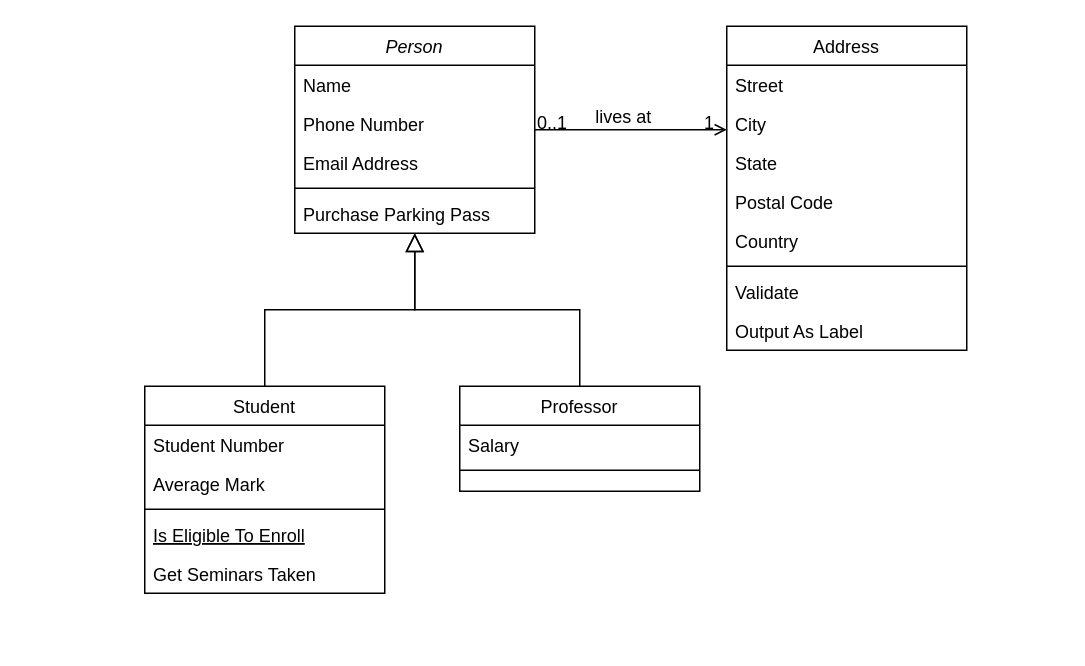
The draw.io diagram Diagrama sem nome.drawio in yagojprado/calculadora-C-, before the edit. Source tidied: cells renumbered, new cells numbered last; positions are measured from the earlier drawing's top-left corner, leaving out a move shared by most shapes. Both pictures are drawn from the tidied source at 150%, with x=0, y=0 at pixel (144, 26).
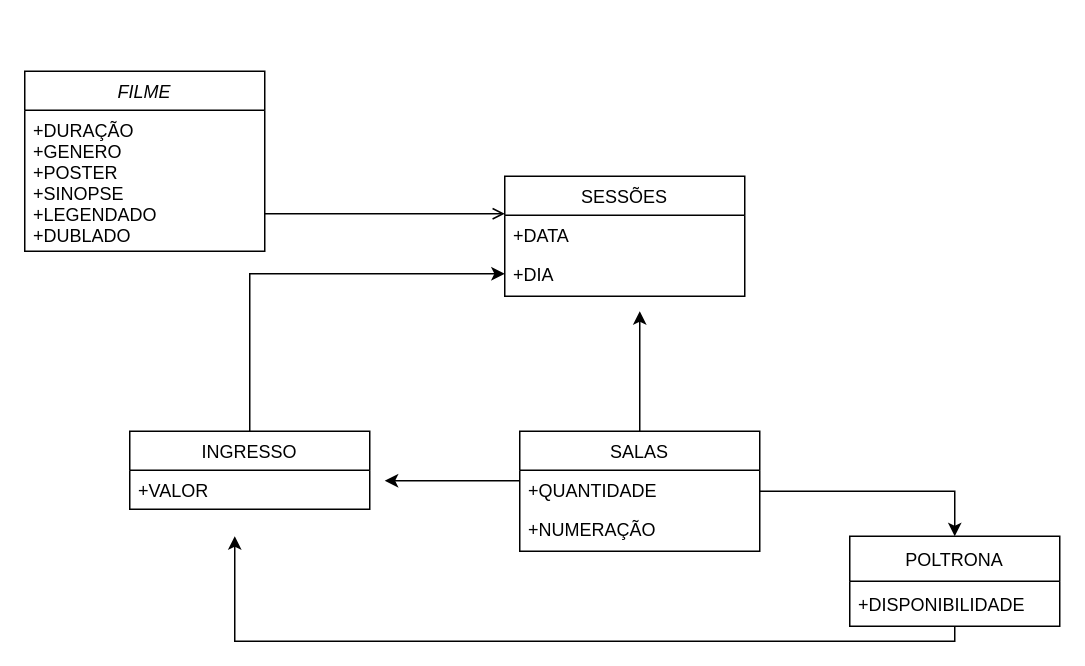
Above is the later version.

The change refers to these unchanged cells:
```xml
<mxCell id="28" style="endArrow=open;shadow=0;strokeWidth=1;rounded=0;endFill=1;edgeStyle=elbowEdgeStyle;elbow=vertical;" parent="1" edge="1" source="2" target="19">
  <mxGeometry x="0.5" y="41" relative="1" as="geometry">
    <mxPoint x="-40" y="32" as="offset" />
  </mxGeometry>
</mxCell>
```

What changed in the source:
```diff
@@
-    <mxCell id="2" value="Person" style="swimlane;fontStyle=2;align=center;verticalAlign=top;horizontal=1;startSize=26;rounded=0;shadow=0;strokeWidth=1;" parent="1" vertex="1">
-      <mxGeometry x="100" width="160" height="138" as="geometry" />
+    <mxCell id="2" value="FILME" style="swimlane;fontStyle=2;align=center;verticalAlign=top;horizontal=1;startSize=26;rounded=0;shadow=0;strokeWidth=1;" parent="1" vertex="1">
+      <mxGeometry x="-80" y="30" width="160" height="120" as="geometry" />
     </mxCell>
-    <mxCell id="3" value="Name" style="text;align=left;verticalAlign=top;spacingLeft=4;spacingRight=4;overflow=hidden;" parent="2" vertex="1">
-      <mxGeometry y="26" width="160" height="26" as="geometry" />
-    </mxCell>
-    <mxCell id="4" value="Phone Number" style="text;align=left;verticalAlign=top;spacingLeft=4;spacingRight=4;overflow=hidden;rounded=0;shadow=0;html=0;" parent="2" vertex="1">
-      <mxGeometry y="52" width="160" height="26" as="geometry" />
-    </mxCell>
-    <mxCell id="5" value="Email Address" style="text;align=left;verticalAlign=top;spacingLeft=4;spacingRight=4;overflow=hidden;rounded=0;shadow=0;html=0;" parent="2" vertex="1">
-      <mxGeometry y="78" width="160" height="26" as="geometry" />
+    <mxCell id="5" value="+DURAÇÃO    &#10;+GENERO&#10;+POSTER&#10;+SINOPSE&#10;+LEGENDADO&#10;+DUBLADO" style="text;align=left;verticalAlign=top;spacingLeft=4;spacingRight=4;overflow=hidden;rounded=0;shadow=0;html=0;" parent="2" vertex="1">
+      <mxGeometry y="26" width="160" height="90" as="geometry" />
     </mxCell>
-    <mxCell id="6" style="line;html=1;strokeWidth=1;align=left;verticalAlign=middle;spacingTop=-1;spacingLeft=3;spacingRight=3;labelPosition=right;" parent="2" vertex="1">
-      <mxGeometry y="104" width="160" height="8" as="geometry" />
-    </mxCell>
-    <mxCell id="7" value="Purchase Parking Pass" style="text;align=left;verticalAlign=top;spacingLeft=4;spacingRight=4;overflow=hidden;" parent="2" vertex="1">
-      <mxGeometry y="112" width="160" height="26" as="geometry" />
-    </mxCell>
+    <mxCell id="32" style="edgeStyle=orthogonalEdgeStyle;rounded=0;jettySize=auto;html=1;" parent="1" edge="1" source="8">
+      <mxGeometry relative="1" as="geometry">
+        <mxPoint x="330" y="190" as="targetPoint" />
+      </mxGeometry>
+    </mxCell>
+    <mxCell id="33" style="edgeStyle=orthogonalEdgeStyle;rounded=0;jettySize=auto;html=1;entryX=0.5;entryY=0;entryDx=0;entryDy=0;" parent="1" edge="1" source="8" target="37">
+      <mxGeometry relative="1" as="geometry" />
+    </mxCell>
-    <mxCell id="8" value="Student" style="swimlane;fontStyle=0;align=center;verticalAlign=top;horizontal=1;startSize=26;rounded=0;shadow=0;strokeWidth=1;" parent="1" vertex="1">
-      <mxGeometry y="240" width="160" height="138" as="geometry" />
+    <mxCell id="8" value="SALAS&#10;" style="swimlane;fontStyle=0;align=center;verticalAlign=top;horizontal=1;startSize=26;rounded=0;shadow=0;strokeWidth=1;" parent="1" vertex="1">
+      <mxGeometry x="250" y="270" width="160" height="80" as="geometry" />
     </mxCell>
-    <mxCell id="9" value="Student Number" style="text;align=left;verticalAlign=top;spacingLeft=4;spacingRight=4;overflow=hidden;points=[[0,0.5],[1,0.5]];portConstraint=eastwest;" parent="8" vertex="1">
+    <mxCell id="9" value="+QUANTIDADE  " style="text;align=left;verticalAlign=top;spacingLeft=4;spacingRight=4;overflow=hidden;points=[[0,0.5],[1,0.5]];portConstraint=eastwest;" parent="8" vertex="1">
       <mxGeometry y="26" width="160" height="26" as="geometry" />
     </mxCell>
-    <mxCell id="10" value="Average Mark" style="text;align=left;verticalAlign=top;spacingLeft=4;spacingRight=4;overflow=hidden;rounded=0;shadow=0;html=0;" parent="8" vertex="1">
+    <mxCell id="10" value="+NUMERAÇÃO" style="text;align=left;verticalAlign=top;spacingLeft=4;spacingRight=4;overflow=hidden;rounded=0;shadow=0;html=0;" parent="8" vertex="1">
       <mxGeometry y="52" width="160" height="26" as="geometry" />
     </mxCell>
-    <mxCell id="11" style="line;html=1;strokeWidth=1;align=left;verticalAlign=middle;spacingTop=-1;spacingLeft=3;spacingRight=3;labelPosition=right;" parent="8" vertex="1">
-      <mxGeometry y="78" width="160" height="8" as="geometry" />
-    </mxCell>
-    <mxCell id="12" value="Is Eligible To Enroll" style="text;align=left;verticalAlign=top;spacingLeft=4;spacingRight=4;overflow=hidden;fontStyle=4;" parent="8" vertex="1">
-      <mxGeometry y="86" width="160" height="26" as="geometry" />
-    </mxCell>
-    <mxCell id="13" value="Get Seminars Taken" style="text;align=left;verticalAlign=top;spacingLeft=4;spacingRight=4;overflow=hidden;" parent="8" vertex="1">
-      <mxGeometry y="112" width="160" height="26" as="geometry" />
-    </mxCell>
-    <mxCell id="14" style="endArrow=block;endSize=10;endFill=0;shadow=0;strokeWidth=1;rounded=0;edgeStyle=elbowEdgeStyle;elbow=vertical;" parent="1" edge="1" source="8" target="2">
-      <mxGeometry relative="1" as="geometry" />
-    </mxCell>
+    <mxCell id="34" style="edgeStyle=orthogonalEdgeStyle;rounded=0;jettySize=auto;html=1;entryX=0;entryY=0.5;entryDx=0;entryDy=0;" parent="1" edge="1" source="15" target="21">
+      <mxGeometry relative="1" as="geometry" />
+    </mxCell>
-    <mxCell id="15" value="Professor" style="swimlane;fontStyle=0;align=center;verticalAlign=top;horizontal=1;startSize=26;rounded=0;shadow=0;strokeWidth=1;" parent="1" vertex="1">
-      <mxGeometry x="210" y="240" width="160" height="70" as="geometry" />
+    <mxCell id="15" value="INGRESSO" style="swimlane;fontStyle=0;align=center;verticalAlign=top;horizontal=1;startSize=26;rounded=0;shadow=0;strokeWidth=1;" parent="1" vertex="1">
+      <mxGeometry x="-10" y="270" width="160" height="52" as="geometry" />
     </mxCell>
-    <mxCell id="16" value="Salary" style="text;align=left;verticalAlign=top;spacingLeft=4;spacingRight=4;overflow=hidden;" parent="15" vertex="1">
+    <mxCell id="16" value="+VALOR   " style="text;align=left;verticalAlign=top;spacingLeft=4;spacingRight=4;overflow=hidden;" parent="15" vertex="1">
       <mxGeometry y="26" width="160" height="26" as="geometry" />
     </mxCell>
-    <mxCell id="17" style="line;html=1;strokeWidth=1;align=left;verticalAlign=middle;spacingTop=-1;spacingLeft=3;spacingRight=3;labelPosition=right;" parent="15" vertex="1">
-      <mxGeometry y="52" width="160" height="8" as="geometry" />
-    </mxCell>
-    <mxCell id="18" style="endArrow=block;endSize=10;endFill=0;shadow=0;strokeWidth=1;rounded=0;edgeStyle=elbowEdgeStyle;elbow=vertical;" parent="1" edge="1" source="15" target="2">
-      <mxGeometry relative="1" as="geometry" />
-    </mxCell>
-    <mxCell id="19" value="Address" style="swimlane;fontStyle=0;align=center;verticalAlign=top;horizontal=1;startSize=26;rounded=0;shadow=0;strokeWidth=1;" parent="1" vertex="1">
-      <mxGeometry x="388" width="160" height="216" as="geometry" />
+    <mxCell id="19" value="SESSÕES&#10;" style="swimlane;fontStyle=0;align=center;verticalAlign=top;horizontal=1;startSize=26;rounded=0;shadow=0;strokeWidth=1;" parent="1" vertex="1">
+      <mxGeometry x="240" y="100" width="160" height="80" as="geometry" />
     </mxCell>
-    <mxCell id="20" value="Street" style="text;align=left;verticalAlign=top;spacingLeft=4;spacingRight=4;overflow=hidden;" parent="19" vertex="1">
+    <mxCell id="20" value="+DATA    " style="text;align=left;verticalAlign=top;spacingLeft=4;spacingRight=4;overflow=hidden;" parent="19" vertex="1">
       <mxGeometry y="26" width="160" height="26" as="geometry" />
     </mxCell>
-    <mxCell id="21" value="City" style="text;align=left;verticalAlign=top;spacingLeft=4;spacingRight=4;overflow=hidden;points=[[0,0.5],[1,0.5]];portConstraint=eastwest;rounded=0;shadow=0;html=0;" parent="19" vertex="1">
+    <mxCell id="21" value="+DIA" style="text;align=left;verticalAlign=top;spacingLeft=4;spacingRight=4;overflow=hidden;points=[[0,0.5],[1,0.5]];portConstraint=eastwest;rounded=0;shadow=0;html=0;" parent="19" vertex="1">
       <mxGeometry y="52" width="160" height="26" as="geometry" />
     </mxCell>
-    <mxCell id="22" value="State" style="text;align=left;verticalAlign=top;spacingLeft=4;spacingRight=4;overflow=hidden;rounded=0;shadow=0;html=0;" parent="19" vertex="1">
-      <mxGeometry y="78" width="160" height="26" as="geometry" />
-    </mxCell>
-    <mxCell id="23" value="Postal Code" style="text;align=left;verticalAlign=top;spacingLeft=4;spacingRight=4;overflow=hidden;rounded=0;shadow=0;html=0;" parent="19" vertex="1">
-      <mxGeometry y="104" width="160" height="26" as="geometry" />
-    </mxCell>
-    <mxCell id="24" value="Country" style="text;align=left;verticalAlign=top;spacingLeft=4;spacingRight=4;overflow=hidden;rounded=0;shadow=0;html=0;" parent="19" vertex="1">
-      <mxGeometry y="130" width="160" height="26" as="geometry" />
-    </mxCell>
-    <mxCell id="25" style="line;html=1;strokeWidth=1;align=left;verticalAlign=middle;spacingTop=-1;spacingLeft=3;spacingRight=3;labelPosition=right;" parent="19" vertex="1">
-      <mxGeometry y="156" width="160" height="8" as="geometry" />
-    </mxCell>
-    <mxCell id="26" value="Validate" style="text;align=left;verticalAlign=top;spacingLeft=4;spacingRight=4;overflow=hidden;" parent="19" vertex="1">
-      <mxGeometry y="164" width="160" height="26" as="geometry" />
-    </mxCell>
-    <mxCell id="27" value="Output As Label" style="text;align=left;verticalAlign=top;spacingLeft=4;spacingRight=4;overflow=hidden;" parent="19" vertex="1">
-      <mxGeometry y="190" width="160" height="26" as="geometry" />
-    </mxCell>
@@
-    <mxCell id="29" value="0..1" style="align=left;verticalAlign=bottom;labelBackgroundColor=none;fontSize=12;" parent="28" vertex="1">
-      <mxGeometry x="-1" relative="1" as="geometry">
-        <mxPoint y="4" as="offset" />
-      </mxGeometry>
-    </mxCell>
-    <mxCell id="30" value="1" style="align=right;verticalAlign=bottom;labelBackgroundColor=none;fontSize=12;" parent="28" vertex="1">
-      <mxGeometry x="1" relative="1" as="geometry">
-        <mxPoint x="-7" y="4" as="offset" />
-      </mxGeometry>
-    </mxCell>
-    <mxCell id="31" value="lives at" style="text;html=1;align=center;verticalAlign=middle;labelBackgroundColor=none;rounded=0;shadow=0;strokeWidth=1;fontSize=12;" parent="28" vertex="1">
-      <mxGeometry x="0.5" y="49" relative="1" as="geometry">
-        <mxPoint x="-38" y="40" as="offset" />
-      </mxGeometry>
-    </mxCell>
+    <mxCell id="35" style="edgeStyle=orthogonalEdgeStyle;rounded=0;jettySize=auto;html=1;" parent="1" edge="1" source="9">
+      <mxGeometry relative="1" as="geometry">
+        <mxPoint x="160" y="303" as="targetPoint" />
+        <Array as="points">
+          <mxPoint x="240" y="303" />
+          <mxPoint x="240" y="303" />
+        </Array>
+      </mxGeometry>
+    </mxCell>
+    <mxCell id="36" style="edgeStyle=orthogonalEdgeStyle;rounded=0;jettySize=auto;html=1;" parent="1" edge="1" source="37">
+      <mxGeometry relative="1" as="geometry">
+        <mxPoint x="60" y="340" as="targetPoint" />
+        <Array as="points">
+          <mxPoint x="60" y="410" />
+        </Array>
+      </mxGeometry>
+    </mxCell>
+    <mxCell id="37" value="POLTRONA" style="swimlane;fontStyle=0;horizontal=1;startSize=30;" parent="1" vertex="1">
+      <mxGeometry x="470" y="340" width="140" height="60" as="geometry" />
+    </mxCell>
+    <mxCell id="38" value="+DISPONIBILIDADE" style="text;strokeColor=none;fillColor=none;align=left;verticalAlign=middle;spacingLeft=4;spacingRight=4;overflow=hidden;" parent="37" vertex="1">
+      <mxGeometry y="30" width="140" height="30" as="geometry" />
+    </mxCell>
```
